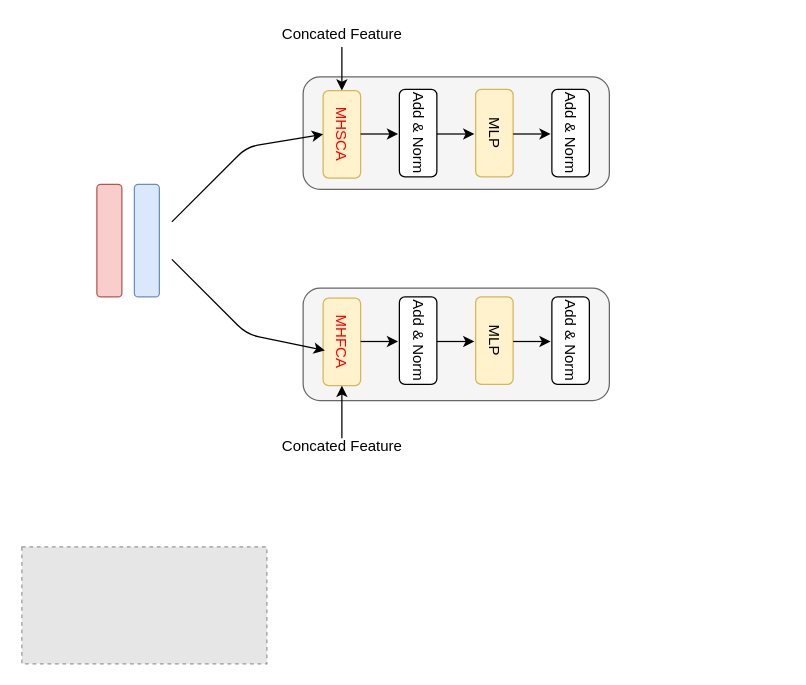
This is Untitled Diagram.drawio from 920232796/test, a draw.io file, before an edit. Source tidied: cells renumbered, new cells numbered last; positions are measured from the earlier drawing's top-left corner, leaving out a move shared by most shapes. Both pictures are drawn from the tidied source at 125%, with x=0, y=0 at pixel (21, 21). Pictures stored in the file or linked from it are replaced by grey dashed boxes.
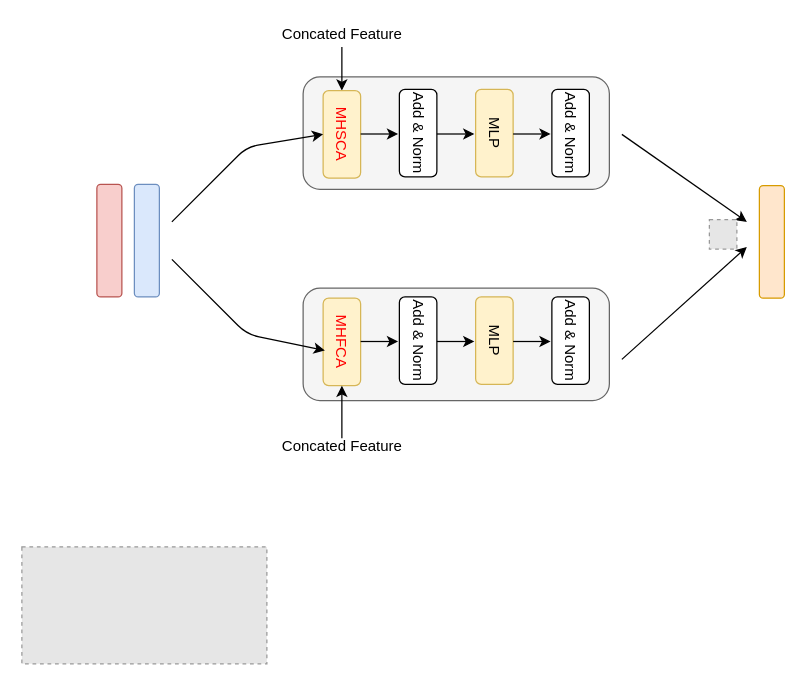
After the change.

Diff of the diagram source:
```diff
@@
+    <mxCell id="27" style="endArrow=classic;html=1;" parent="1" edge="1">
+      <mxGeometry relative="1" as="geometry">
+        <mxPoint x="480" y="90" as="sourcePoint" />
+        <mxPoint x="580" y="160" as="targetPoint" />
+      </mxGeometry>
+    </mxCell>
+    <mxCell id="28" style="endArrow=classic;html=1;" parent="1" edge="1">
+      <mxGeometry relative="1" as="geometry">
+        <mxPoint x="480" y="270" as="sourcePoint" />
+        <mxPoint x="580" y="180" as="targetPoint" />
+      </mxGeometry>
+    </mxCell>
+    <mxCell id="29" style="rounded=1;whiteSpace=wrap;html=1;align=center;fillColor=#ffe6cc;strokeColor=#d79b00;" parent="1" vertex="1">
+      <mxGeometry x="590" y="131" width="20" height="90" as="geometry" />
+    </mxCell>
+    <mxCell id="30" style="fillColor=#E6E6E6;strokeColor=#999999;dashed=1;verticalLabelPosition=bottom;labelBackgroundColor=#ffffff;verticalAlign=top;" parent="1" vertex="1">
+      <mxGeometry x="550" y="158.2" width="22" height="23.6" as="geometry" />
+    </mxCell>
```
